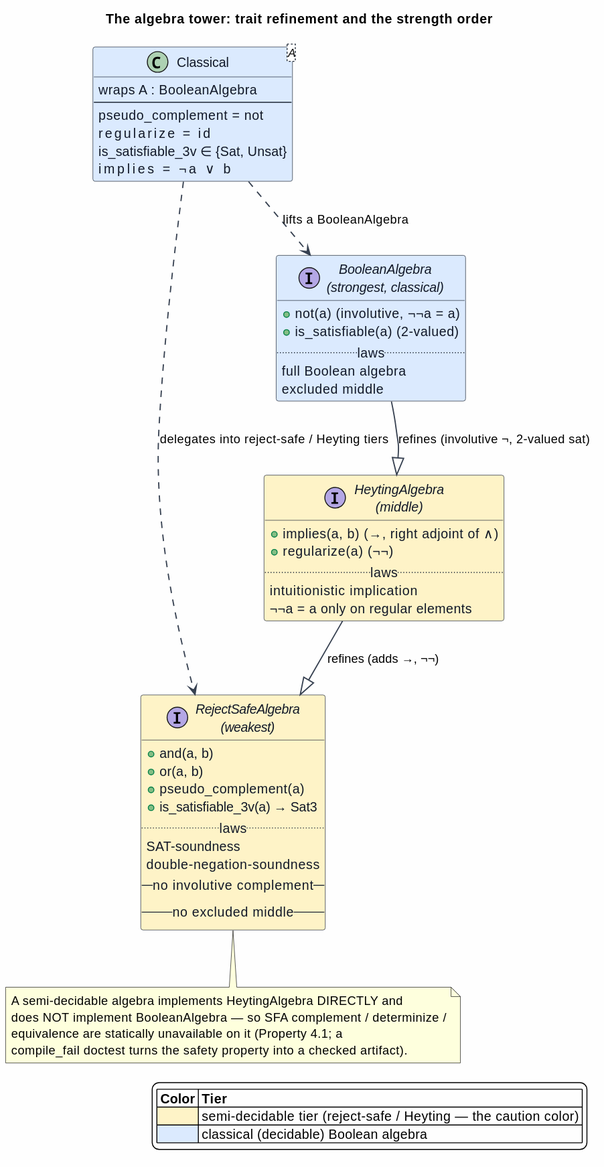
Before: docs/architecture/semantic-predicates/figures/05-algebra-tower.svg, a diagram exported from PlantUML (F1R3FLY-io/mettail-rust).
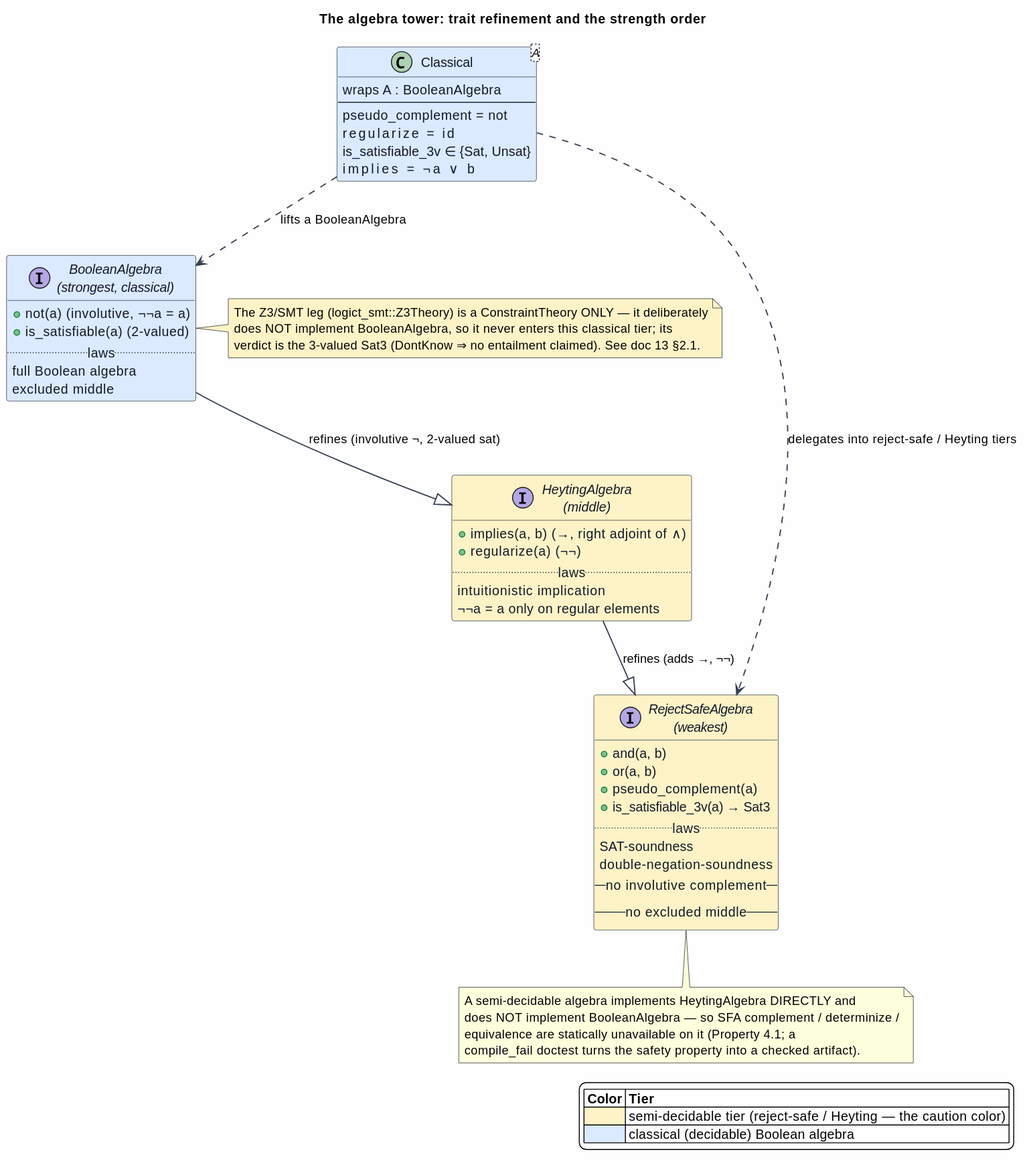
The same file after the commit.

Diff of the diagram source:
```diff
@@ -61,6 +61,12 @@
   compile_fail doctest turns the safety property into a checked artifact).
 end note
 
+note right of BA #FEF3C7
+  The Z3/SMT leg (logict_smt::Z3Theory) is a ConstraintTheory ONLY — it deliberately
+  does NOT implement BooleanAlgebra, so it never enters this classical tier; its
+  verdict is the 3-valued Sat3 (DontKnow ⇒ no entailment claimed). See doc 13 §2.1.
+end note
+
 legend right
 |= Color |= Tier |
 |<#FEF3C7> | semi-decidable tier (reject-safe / Heyting — the caution color) |
```
